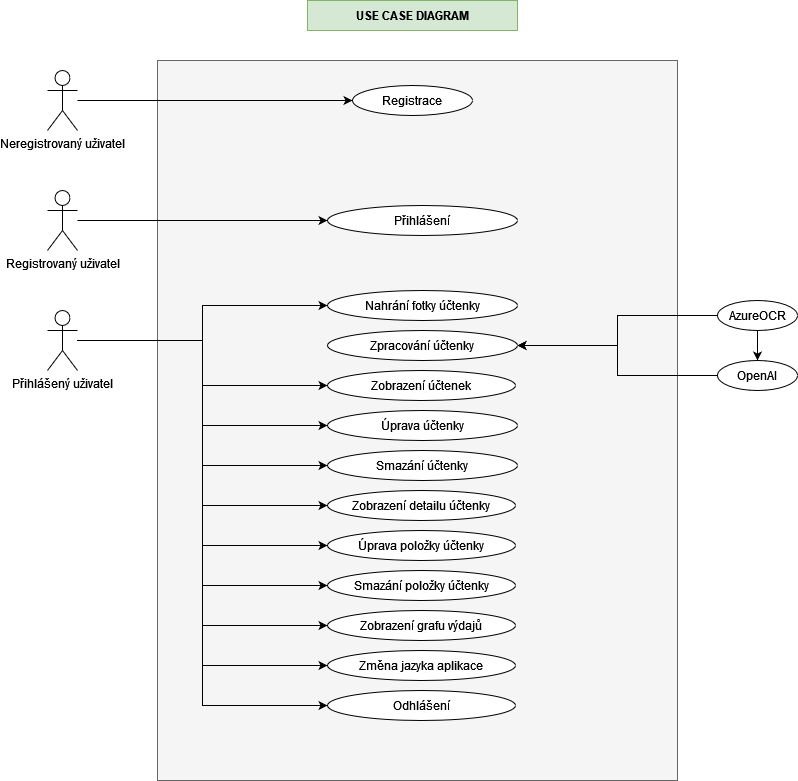
This is diagrams/UseCaseDiagram.drawio.png from vlastami/thesis_VM_2024, a draw.io export, as it was before one commit. Source tidied: cells renumbered, new cells last; positions are measured from the earlier drawing's top-left corner, leaving out a move shared by most shapes.
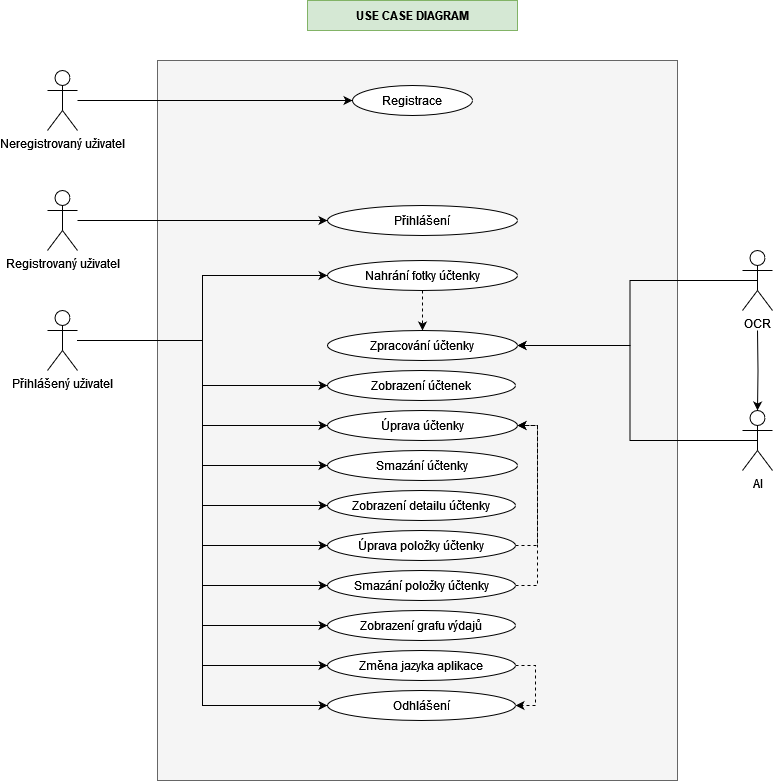
Above is the later version.

What changed in the source:
```diff
@@ -53,29 +53,28 @@
     <mxCell id="18" value="Přihlášený uživatel" style="shape=umlActor;verticalLabelPosition=bottom;verticalAlign=top;html=1;outlineConnect=0;" parent="1" vertex="1">
       <mxGeometry y="310" width="30" height="60" as="geometry" />
     </mxCell>
-    <mxCell id="19" style="edgeStyle=orthogonalEdgeStyle;rounded=0;jettySize=auto;html=1;exitX=0;exitY=0.5;exitDx=0;exitDy=0;entryX=1;entryY=0.5;entryDx=0;entryDy=0;" parent="1" edge="1" source="21" target="27">
+    <mxCell id="19" style="edgeStyle=orthogonalEdgeStyle;rounded=0;jettySize=auto;html=1;exitX=0.5;exitY=0.5;exitDx=0;exitDy=0;entryX=1;entryY=0.5;entryDx=0;entryDy=0;exitPerimeter=0;" parent="1" edge="1" source="41" target="27">
       <mxGeometry relative="1" as="geometry" />
     </mxCell>
-    <mxCell id="20" style="edgeStyle=orthogonalEdgeStyle;rounded=0;jettySize=auto;html=1;exitX=0.5;exitY=1;exitDx=0;exitDy=0;entryX=0.5;entryY=0;entryDx=0;entryDy=0;" parent="1" edge="1" source="21" target="23">
-      <mxGeometry relative="1" as="geometry" />
+    <mxCell id="20" style="edgeStyle=orthogonalEdgeStyle;rounded=0;jettySize=auto;html=1;exitX=0.5;exitY=1;exitDx=0;exitDy=0;" parent="1" edge="1" target="42">
+      <mxGeometry relative="1" as="geometry">
+        <mxPoint x="710" y="330" as="sourcePoint" />
+      </mxGeometry>
     </mxCell>
-    <mxCell id="21" value="AzureOCR" style="ellipse;whiteSpace=wrap;html=1;" parent="1" vertex="1">
-      <mxGeometry x="670" y="300" width="80" height="30" as="geometry" />
-    </mxCell>
-    <mxCell id="22" style="edgeStyle=orthogonalEdgeStyle;rounded=0;jettySize=auto;html=1;entryX=1;entryY=0.5;entryDx=0;entryDy=0;" parent="1" edge="1" source="23" target="27">
+    <mxCell id="22" style="edgeStyle=orthogonalEdgeStyle;rounded=0;jettySize=auto;html=1;entryX=1;entryY=0.5;entryDx=0;entryDy=0;exitX=0.5;exitY=0.5;exitDx=0;exitDy=0;exitPerimeter=0;" parent="1" edge="1" source="42" target="27">
       <mxGeometry relative="1" as="geometry" />
     </mxCell>
-    <mxCell id="23" value="OpenAI" style="ellipse;whiteSpace=wrap;html=1;" parent="1" vertex="1">
-      <mxGeometry x="670" y="360" width="80" height="30" as="geometry" />
-    </mxCell>
     <mxCell id="24" value="Registrace" style="ellipse;whiteSpace=wrap;html=1;" parent="1" vertex="1">
       <mxGeometry x="305" y="85" width="120" height="30" as="geometry" />
     </mxCell>
     <mxCell id="25" value="Přihlášení" style="ellipse;whiteSpace=wrap;html=1;" parent="1" vertex="1">
       <mxGeometry x="280" y="205" width="190" height="30" as="geometry" />
     </mxCell>
+    <mxCell id="37" style="edgeStyle=orthogonalEdgeStyle;rounded=0;jettySize=auto;html=1;entryX=0.5;entryY=0;entryDx=0;entryDy=0;dashed=1;strokeWidth=1;" parent="1" edge="1" source="26" target="27">
+      <mxGeometry relative="1" as="geometry" />
+    </mxCell>
     <mxCell id="26" value="Nahrání fotky účtenky" style="ellipse;whiteSpace=wrap;html=1;" parent="1" vertex="1">
-      <mxGeometry x="280" y="290" width="190" height="30" as="geometry" />
+      <mxGeometry x="280" y="260" width="190" height="30" as="geometry" />
     </mxCell>
     <mxCell id="27" value="Zpracování účtenky" style="ellipse;whiteSpace=wrap;html=1;" parent="1" vertex="1">
       <mxGeometry x="280" y="330" width="190" height="30" as="geometry" />
@@ -95,17 +94,32 @@
     <mxCell id="32" value="Zobrazení detailu účtenky" style="ellipse;whiteSpace=wrap;html=1;" parent="1" vertex="1">
       <mxGeometry x="280" y="490" width="188" height="30" as="geometry" />
     </mxCell>
+    <mxCell id="38" style="edgeStyle=orthogonalEdgeStyle;rounded=0;jettySize=auto;html=1;entryX=1;entryY=0.5;entryDx=0;entryDy=0;exitX=1;exitY=0.5;exitDx=0;exitDy=0;dashed=1;" parent="1" edge="1" source="33" target="29">
+      <mxGeometry relative="1" as="geometry" />
+    </mxCell>
     <mxCell id="33" value="Smazání položky účtenky" style="ellipse;whiteSpace=wrap;html=1;" parent="1" vertex="1">
       <mxGeometry x="280" y="570" width="188" height="30" as="geometry" />
     </mxCell>
     <mxCell id="34" value="Zobrazení grafu výdajů" style="ellipse;whiteSpace=wrap;html=1;" parent="1" vertex="1">
       <mxGeometry x="280" y="610" width="188" height="30" as="geometry" />
     </mxCell>
+    <mxCell id="39" style="edgeStyle=orthogonalEdgeStyle;rounded=0;jettySize=auto;html=1;entryX=1;entryY=0.5;entryDx=0;entryDy=0;exitX=1;exitY=0.5;exitDx=0;exitDy=0;dashed=1;" parent="1" edge="1" source="35" target="36">
+      <mxGeometry relative="1" as="geometry" />
+    </mxCell>
     <mxCell id="35" value="Změna jazyka aplikace" style="ellipse;whiteSpace=wrap;html=1;" parent="1" vertex="1">
       <mxGeometry x="280" y="650" width="188" height="30" as="geometry" />
     </mxCell>
     <mxCell id="36" value="Odhlášení" style="ellipse;whiteSpace=wrap;html=1;" parent="1" vertex="1">
       <mxGeometry x="280" y="690" width="188" height="30" as="geometry" />
     </mxCell>
+    <mxCell id="40" style="edgeStyle=orthogonalEdgeStyle;rounded=0;jettySize=auto;html=1;entryX=1;entryY=0.5;entryDx=0;entryDy=0;exitX=1;exitY=0.5;exitDx=0;exitDy=0;dashed=1;" parent="1" edge="1" source="31" target="29">
+      <mxGeometry relative="1" as="geometry" />
+    </mxCell>
+    <mxCell id="41" value="OCR" style="shape=umlActor;verticalLabelPosition=bottom;verticalAlign=top;html=1;outlineConnect=0;" parent="1" vertex="1">
+      <mxGeometry x="695" y="250" width="30" height="60" as="geometry" />
+    </mxCell>
+    <mxCell id="42" value="AI" style="shape=umlActor;verticalLabelPosition=bottom;verticalAlign=top;html=1;outlineConnect=0;" parent="1" vertex="1">
+      <mxGeometry x="695" y="410" width="30" height="60" as="geometry" />
+    </mxCell>
   </root>
 </mxGraphModel>
```
